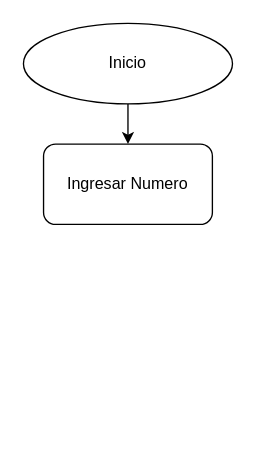
Earlier version of the draw.io diagram Lab - 2.drawio (CarlosUanl/Trabajos-MDLP--3-oportunidad-). Source tidied: cells renumbered, new cells numbered last; positions are measured from the earlier drawing's top-left corner, leaving out a move shared by most shapes. Both pictures are drawn from the tidied source at 134%, with x=0, y=0 at pixel (23, 23).
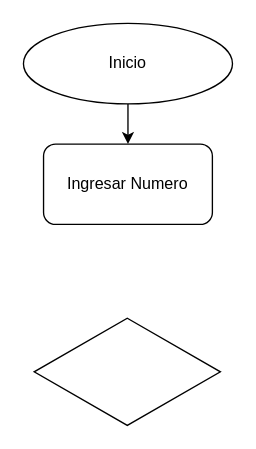
After the change.

The edit, as a diff of the source:
```diff
@@
 <mxGraphModel>
   <root>
     <mxCell id="0" />
     <mxCell id="1" parent="0" />
     <mxCell id="2" style="edgeStyle=orthogonalEdgeStyle;rounded=0;jettySize=auto;html=1;entryX=0.5;entryY=0;entryDx=0;entryDy=0;" parent="1" edge="1" source="3" target="4">
       <mxGeometry relative="1" as="geometry" />
     </mxCell>
     <mxCell id="3" value="Inicio" style="ellipse;whiteSpace=wrap;html=1;" parent="1" vertex="1">
       <mxGeometry width="156" height="60" as="geometry" />
     </mxCell>
     <mxCell id="4" value="Ingresar Numero" style="rounded=1;whiteSpace=wrap;html=1;" parent="1" vertex="1">
       <mxGeometry x="15" y="90" width="126" height="60" as="geometry" />
     </mxCell>
+    <mxCell id="5" style="rhombus;whiteSpace=wrap;html=1;" parent="1" vertex="1">
+      <mxGeometry x="8" y="220" width="139" height="80" as="geometry" />
+    </mxCell>
   </root>
 </mxGraphModel>
```
